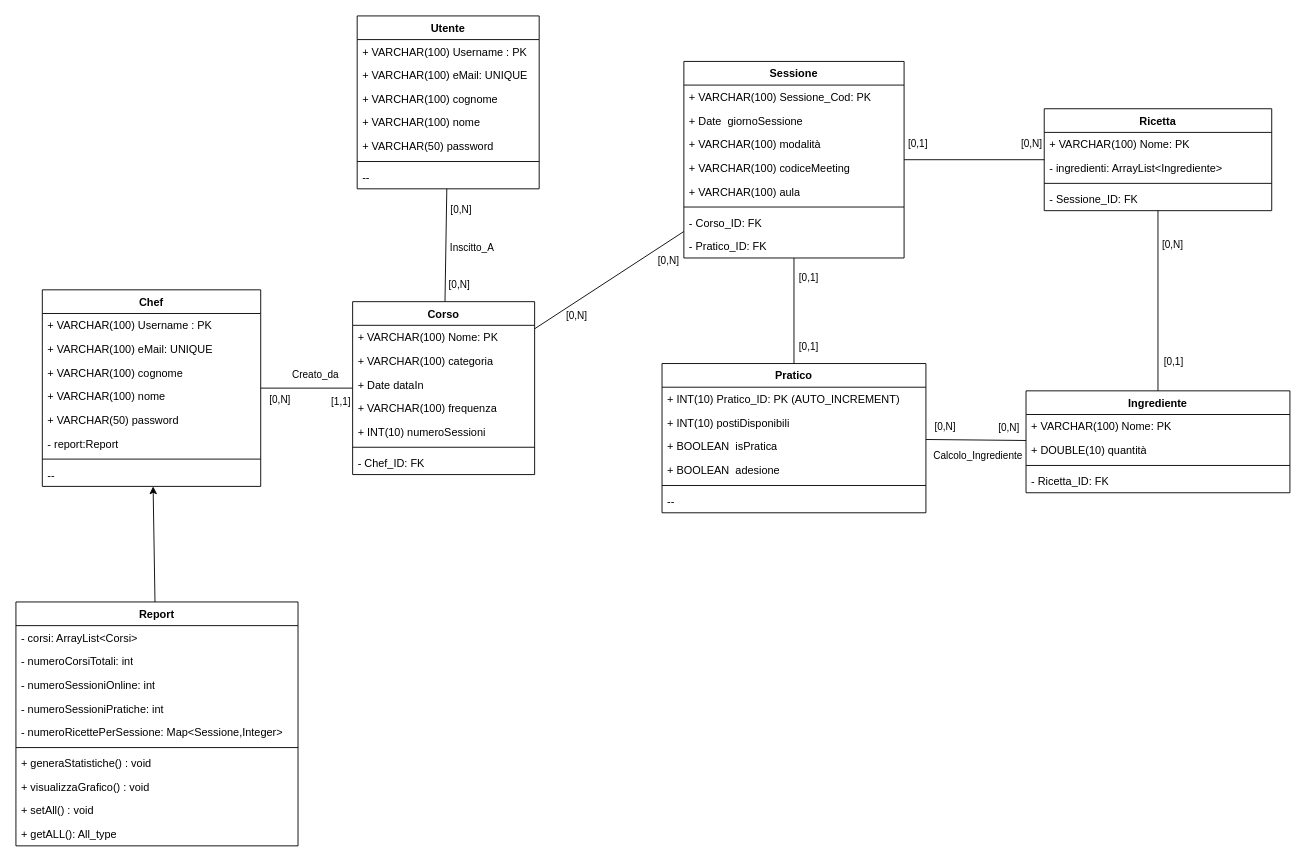
MetisWastaken/UninaFoodLab keeps this draw.io diagram as page "umlBDD" (2 of 2) of obj/uml/UML1.drawio. Above is the earlier version. Source tidied: cells renumbered, new cells numbered last; positions are measured from the earlier drawing's top-left corner, leaving out a move shared by most shapes. Both pictures are drawn from the tidied source at 91%, with x=0, y=0 at pixel (15, 15).
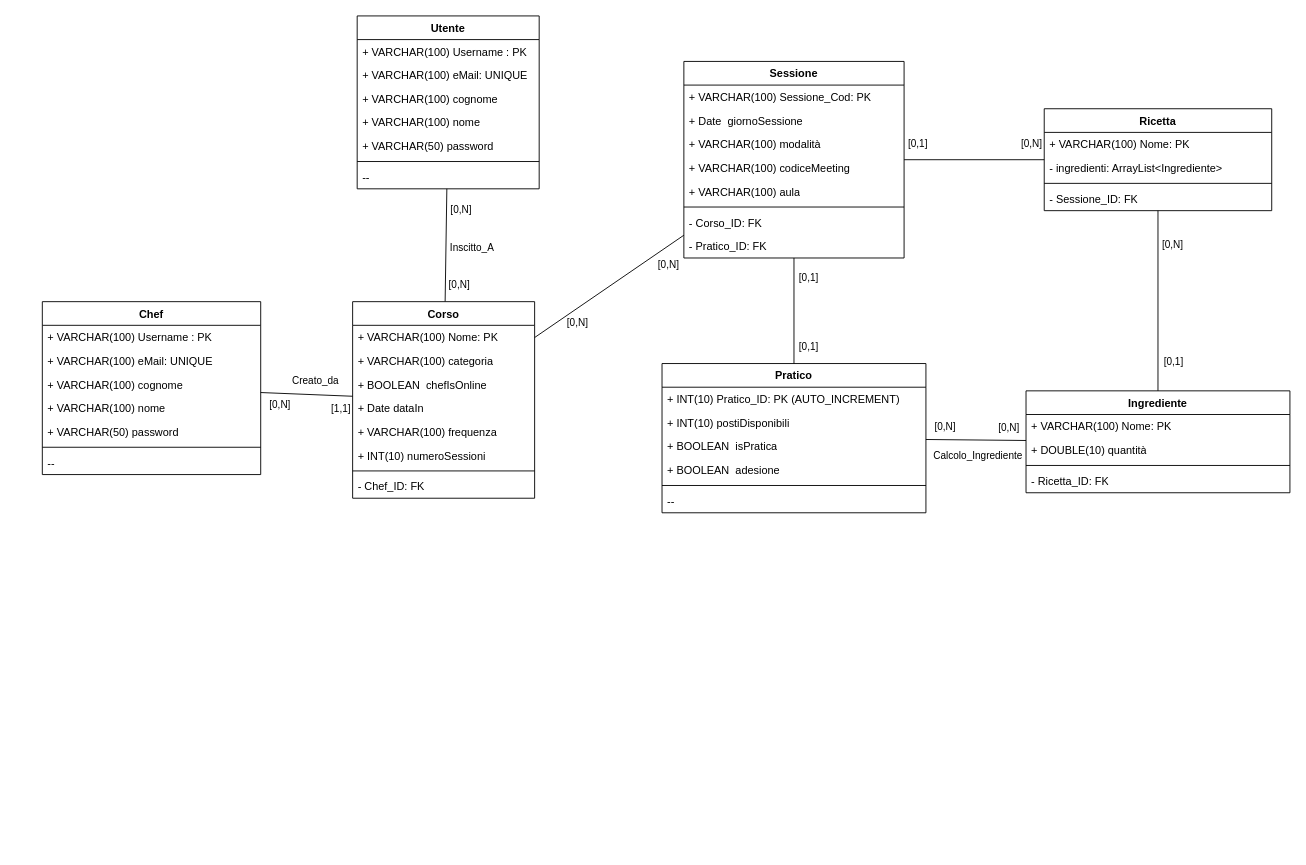
The same page after the edit.

Diff of the diagram source:
```diff
@@
     <mxCell id="6" value="Corso" style="swimlane;align=center;verticalAlign=top;horizontal=1;startSize=26;whiteSpace=wrap;html=1;" parent="1" vertex="1">
-      <mxGeometry x="370" y="314" width="200" height="190" as="geometry" />
+      <mxGeometry x="370" y="314" width="200" height="216" as="geometry" />
     </mxCell>
@@
+    <mxCell id="89" value="+ BOOLEAN&amp;nbsp;&amp;nbsp;chefIsOnline" style="text;strokeColor=none;fillColor=none;align=left;verticalAlign=top;spacingLeft=4;spacingRight=4;overflow=hidden;whiteSpace=wrap;html=1;" parent="6" vertex="1">
+      <mxGeometry y="78" width="200" height="26" as="geometry" />
+    </mxCell>
     <mxCell id="9" value="+ Date&amp;nbsp;dataIn" style="text;strokeColor=none;fillColor=none;align=left;verticalAlign=top;spacingLeft=4;spacingRight=4;overflow=hidden;whiteSpace=wrap;html=1;" parent="6" vertex="1">
-      <mxGeometry y="78" width="200" height="26" as="geometry" />
+      <mxGeometry y="104" width="200" height="26" as="geometry" />
     </mxCell>
     <mxCell id="10" value="+ VARCHAR(100) frequenza" style="text;strokeColor=none;fillColor=none;align=left;verticalAlign=top;spacingLeft=4;spacingRight=4;overflow=hidden;whiteSpace=wrap;html=1;" parent="6" vertex="1">
-      <mxGeometry y="104" width="200" height="26" as="geometry" />
+      <mxGeometry y="130" width="200" height="26" as="geometry" />
     </mxCell>
     <mxCell id="11" value="+ INT(10) numeroSessioni" style="text;strokeColor=none;fillColor=none;align=left;verticalAlign=top;spacingLeft=4;spacingRight=4;overflow=hidden;whiteSpace=wrap;html=1;" parent="6" vertex="1">
-      <mxGeometry y="130" width="200" height="26" as="geometry" />
+      <mxGeometry y="156" width="200" height="26" as="geometry" />
     </mxCell>
     <mxCell id="12" style="line;strokeWidth=1;fillColor=none;align=left;verticalAlign=middle;spacingTop=-1;spacingLeft=3;spacingRight=3;labelPosition=right;strokeColor=inherit;" parent="6" vertex="1">
-      <mxGeometry y="156" width="200" height="8" as="geometry" />
+      <mxGeometry y="182" width="200" height="8" as="geometry" />
     </mxCell>
     <mxCell id="13" value="- Chef_ID: FK&amp;nbsp;" style="text;strokeColor=none;fillColor=none;align=left;verticalAlign=top;spacingLeft=4;spacingRight=4;overflow=hidden;whiteSpace=wrap;html=1;" parent="6" vertex="1">
-      <mxGeometry y="164" width="200" height="26" as="geometry" />
+      <mxGeometry y="190" width="200" height="26" as="geometry" />
     </mxCell>
     <mxCell id="14" value="Chef" style="swimlane;align=center;verticalAlign=top;horizontal=1;startSize=26;whiteSpace=wrap;html=1;" parent="1" vertex="1">
-      <mxGeometry x="29" y="301" width="240" height="216" as="geometry" />
+      <mxGeometry x="29" y="314" width="240" height="190" as="geometry" />
     </mxCell>
@@
-    <mxCell id="20" value="- report:Report" style="text;strokeColor=none;fillColor=none;align=left;verticalAlign=top;spacingLeft=4;spacingRight=4;overflow=hidden;whiteSpace=wrap;html=1;" parent="14" vertex="1">
-      <mxGeometry y="156" width="240" height="26" as="geometry" />
-    </mxCell>
     <mxCell id="21" style="line;strokeWidth=1;fillColor=none;align=left;verticalAlign=middle;spacingTop=-1;spacingLeft=3;spacingRight=3;labelPosition=right;strokeColor=inherit;" parent="14" vertex="1">
-      <mxGeometry y="182" width="240" height="8" as="geometry" />
+      <mxGeometry y="156" width="240" height="8" as="geometry" />
     </mxCell>
     <mxCell id="22" value="--" style="text;strokeColor=none;fillColor=none;align=left;verticalAlign=top;spacingLeft=4;spacingRight=4;overflow=hidden;whiteSpace=wrap;html=1;" parent="14" vertex="1">
-      <mxGeometry y="190" width="240" height="26" as="geometry" />
+      <mxGeometry y="164" width="240" height="26" as="geometry" />
     </mxCell>
@@
-    <mxCell id="52" style="edgeStyle=none;shape=connector;rounded=0;jettySize=auto;html=1;strokeColor=default;strokeWidth=1;align=center;verticalAlign=middle;fontFamily=Helvetica;fontSize=11;fontColor=default;labelBackgroundColor=default;endArrow=classic;endFill=1;endSize=6;" parent="1" edge="1" source="53" target="14">
-      <mxGeometry relative="1" as="geometry" />
-    </mxCell>
-    <mxCell id="53" value="Report" style="swimlane;align=center;verticalAlign=top;horizontal=1;startSize=26;whiteSpace=wrap;html=1;" parent="1" vertex="1">
-      <mxGeometry y="644" width="310" height="268" as="geometry" />
-    </mxCell>
-    <mxCell id="54" value="- corsi: ArrayList&amp;lt;Corsi&amp;gt;" style="text;strokeColor=none;fillColor=none;align=left;verticalAlign=top;spacingLeft=4;spacingRight=4;overflow=hidden;whiteSpace=wrap;html=1;" parent="53" vertex="1">
-      <mxGeometry y="26" width="310" height="26" as="geometry" />
-    </mxCell>
-    <mxCell id="55" value="- numeroCorsiTotali: int" style="text;strokeColor=none;fillColor=none;align=left;verticalAlign=top;spacingLeft=4;spacingRight=4;overflow=hidden;whiteSpace=wrap;html=1;" parent="53" vertex="1">
-      <mxGeometry y="52" width="310" height="26" as="geometry" />
-    </mxCell>
-    <mxCell id="56" value="- numeroSessioniOnline: int" style="text;strokeColor=none;fillColor=none;align=left;verticalAlign=top;spacingLeft=4;spacingRight=4;overflow=hidden;whiteSpace=wrap;html=1;" parent="53" vertex="1">
-      <mxGeometry y="78" width="310" height="26" as="geometry" />
-    </mxCell>
-    <mxCell id="57" value="- numeroSessioniPratiche: int" style="text;strokeColor=none;fillColor=none;align=left;verticalAlign=top;spacingLeft=4;spacingRight=4;overflow=hidden;whiteSpace=wrap;html=1;" parent="53" vertex="1">
-      <mxGeometry y="104" width="310" height="26" as="geometry" />
-    </mxCell>
-    <mxCell id="58" value="- numeroRicettePerSessione: Map&amp;lt;Sessione,Integer&amp;gt;" style="text;strokeColor=none;fillColor=none;align=left;verticalAlign=top;spacingLeft=4;spacingRight=4;overflow=hidden;whiteSpace=wrap;html=1;" parent="53" vertex="1">
-      <mxGeometry y="130" width="310" height="26" as="geometry" />
-    </mxCell>
-    <mxCell id="59" style="line;strokeWidth=1;fillColor=none;align=left;verticalAlign=middle;spacingTop=-1;spacingLeft=3;spacingRight=3;labelPosition=right;strokeColor=inherit;" parent="53" vertex="1">
-      <mxGeometry y="156" width="310" height="8" as="geometry" />
-    </mxCell>
-    <mxCell id="60" value="+ generaStatistiche() : void" style="text;strokeColor=none;fillColor=none;align=left;verticalAlign=top;spacingLeft=4;spacingRight=4;overflow=hidden;whiteSpace=wrap;html=1;" parent="53" vertex="1">
-      <mxGeometry y="164" width="310" height="26" as="geometry" />
-    </mxCell>
-    <mxCell id="61" value="+ visualizzaGrafico() : void" style="text;strokeColor=none;fillColor=none;align=left;verticalAlign=top;spacingLeft=4;spacingRight=4;overflow=hidden;whiteSpace=wrap;html=1;" parent="53" vertex="1">
-      <mxGeometry y="190" width="310" height="26" as="geometry" />
-    </mxCell>
-    <mxCell id="62" value="+ setAll() : void" style="text;strokeColor=none;fillColor=none;align=left;verticalAlign=top;spacingLeft=4;spacingRight=4;overflow=hidden;whiteSpace=wrap;html=1;" parent="53" vertex="1">
-      <mxGeometry y="216" width="310" height="26" as="geometry" />
-    </mxCell>
-    <mxCell id="63" value="+ getALL(): All_type" style="text;strokeColor=none;fillColor=none;align=left;verticalAlign=top;spacingLeft=4;spacingRight=4;overflow=hidden;whiteSpace=wrap;html=1;" parent="53" vertex="1">
-      <mxGeometry y="242" width="310" height="26" as="geometry" />
-    </mxCell>
```
